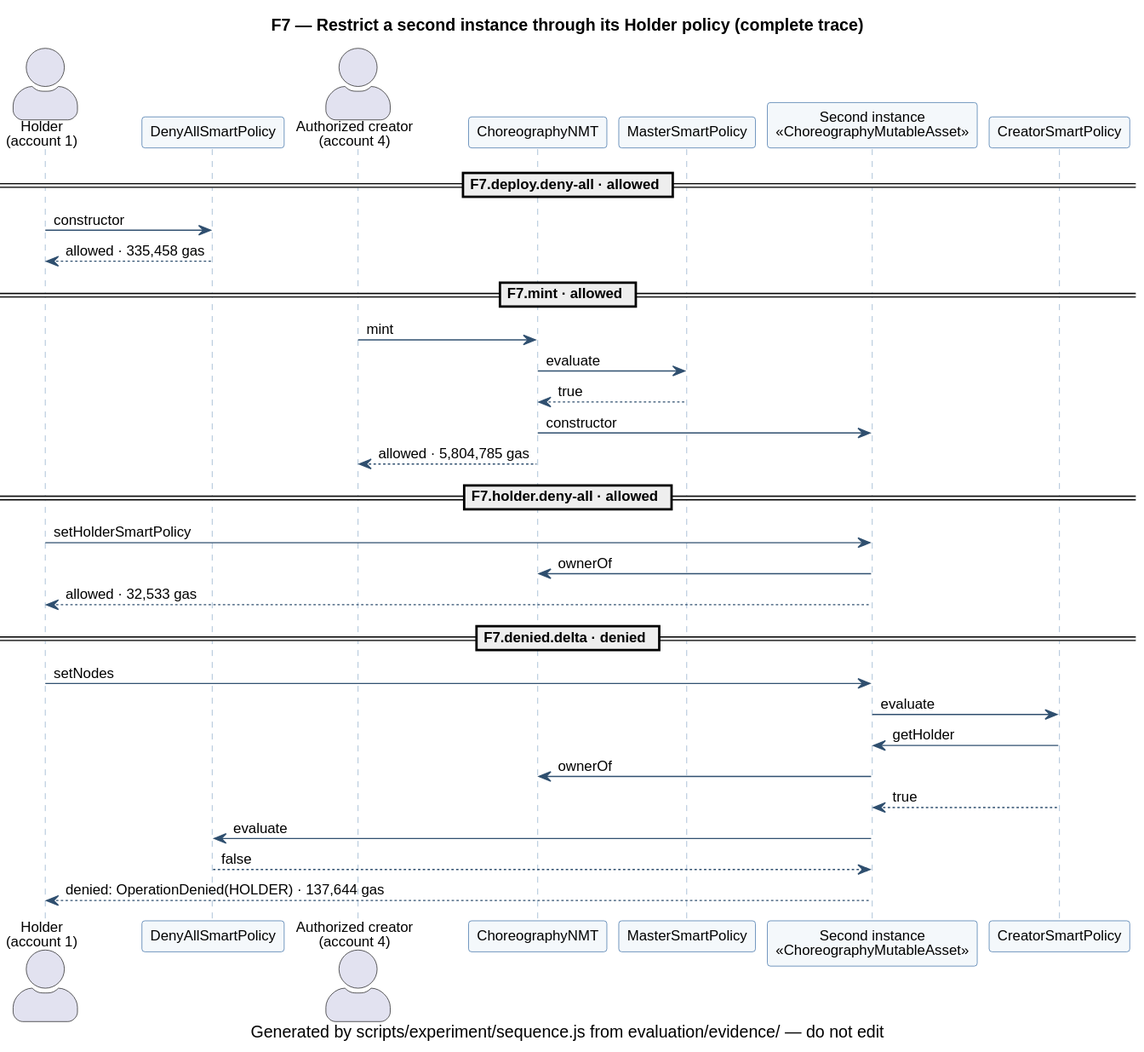
The PlantUML diagram evaluation/evidence/uml/F7-full.svg in d0na/ChorNMT, before a commit.
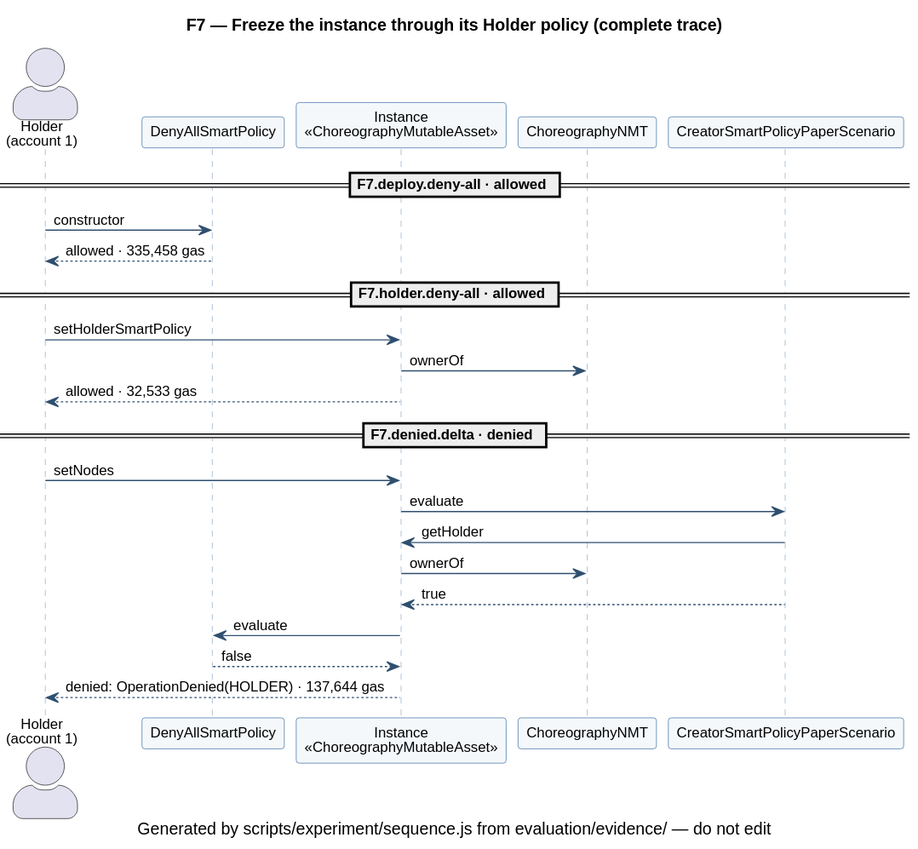
After the commit.

Change to the diagram source:
```diff
@@ -18,35 +18,27 @@
   BackgroundColor #FFF8DC
   BorderColor #C9A227
 }
-title F7 — Restrict a second instance through its Holder policy (complete trace)
+title F7 — Freeze the instance through its Holder policy (complete trace)
 caption Generated by scripts/experiment/sequence.js from evaluation/evidence/ — do not edit
 actor "Holder\n(account 1)" as A1
 participant "DenyAllSmartPolicy" as C33
-actor "Authorized creator\n(account 4)" as A4
+participant "Instance\n<<ChoreographyMutableAsset>>" as C26
 participant "ChoreographyNMT" as C5
-participant "MasterSmartPolicy" as C0
-participant "Second instance\n<<ChoreographyMutableAsset>>" as C34
-participant "CreatorSmartPolicy" as C1
+participant "CreatorSmartPolicyPaperScenario" as C25
 == F7.deploy.deny-all · allowed ==
 A1 -> C33 : constructor
 C33 --> A1 : allowed · 335,458 gas
-== F7.mint · allowed ==
-A4 -> C5 : mint
-C5 -> C0 : evaluate
-C0 --> C5 : true
-C5 -> C34 : constructor
-C5 --> A4 : allowed · 5,804,785 gas
 == F7.holder.deny-all · allowed ==
-A1 -> C34 : setHolderSmartPolicy
-C34 -> C5 : ownerOf
-C34 --> A1 : allowed · 32,533 gas
+A1 -> C26 : setHolderSmartPolicy
+C26 -> C5 : ownerOf
+C26 --> A1 : allowed · 32,533 gas
 == F7.denied.delta · denied ==
-A1 -> C34 : setNodes
-C34 -> C1 : evaluate
-C1 -> C34 : getHolder
-C34 -> C5 : ownerOf
-C1 --> C34 : true
-C34 -> C33 : evaluate
-C33 --> C34 : false
-C34 --> A1 : denied: OperationDenied(HOLDER) · 137,644 gas
+A1 -> C26 : setNodes
+C26 -> C25 : evaluate
+C25 -> C26 : getHolder
+C26 -> C5 : ownerOf
+C25 --> C26 : true
+C26 -> C33 : evaluate
+C33 --> C26 : false
+C26 --> A1 : denied: OperationDenied(HOLDER) · 137,644 gas
 @enduml
```
